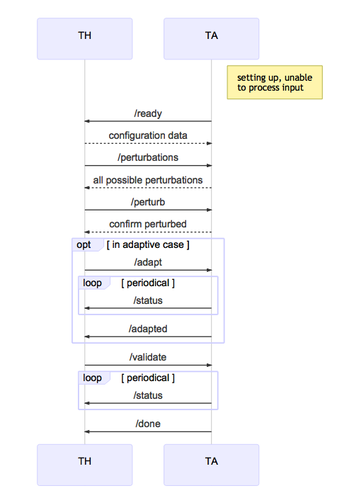
The Mermaid diagram documents/sequences/cp2.mmd.png in cmu-mars/cmu-robotics, before a commit. Its source is kept beside it as documents/sequences/cp2.mmd.
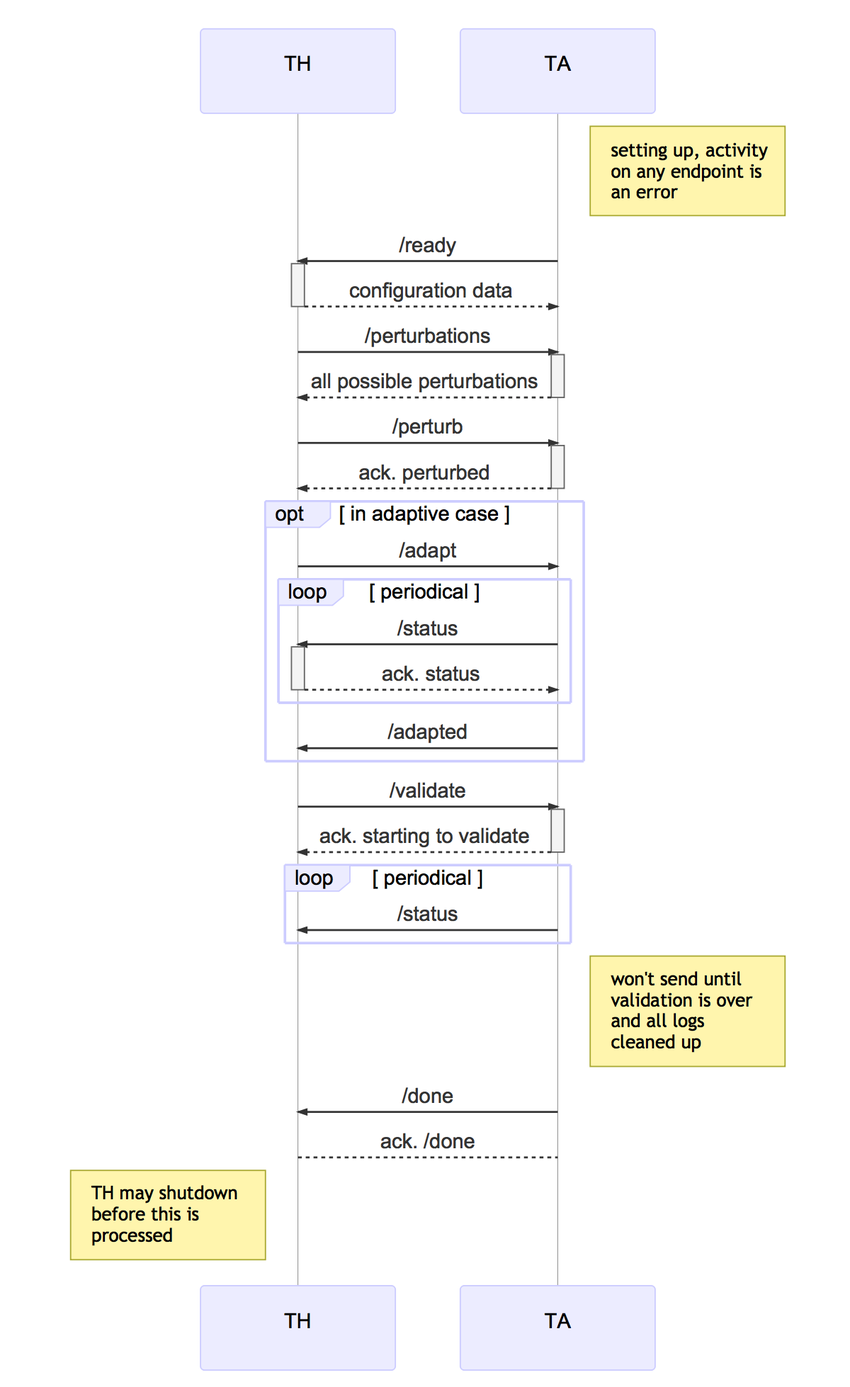
The same diagram one commit later.

The edit, as a diff of the source:
```diff
@@ -2,24 +2,31 @@
 	participant TH
 	participant TA
 
-	Note right of TA: setting up, unable to process input
-	TA ->> TH: /ready
-	TH -->> TA: configuration data
-	TH ->> TA: /perturbations
-	TA -->> TH: all possible perturbations
-	TH ->> TA: /perturb
-	TA -->> TH: confirm perturbed
+	Note right of TA: setting up, activity on any endpoint is an error
+
+	TA ->>+ TH: /ready
+	TH -->>- TA: configuration data
+	TH ->>+ TA: /perturbations
+	TA -->>- TH: all possible perturbations
+	TH ->>+ TA: /perturb
+	TA -->>- TH: ack. perturbed
 
 	opt in adaptive case
 	     TH ->> TA: /adapt
 	     loop periodical
-	     	  TA ->> TH: /status
+	     	  TA ->>+ TH: /status
+		  TH -->>- TA: ack. status
 	     end
 	     TA ->> TH: /adapted
 	end
 
-	TH ->> TA: /validate
+	TH ->>+ TA: /validate
+	TA -->>- TH: ack. starting to validate
 	loop periodical
 	     TA ->> TH: /status
 	end
-	TA ->> TH: /done
+
+        Note right of TA: won't send until validation is over and all logs cleaned up
+        TA ->> TH: /done
+        TH --> TA: ack. /done
+        Note left of TH: TH may shutdown before this is processed
```
